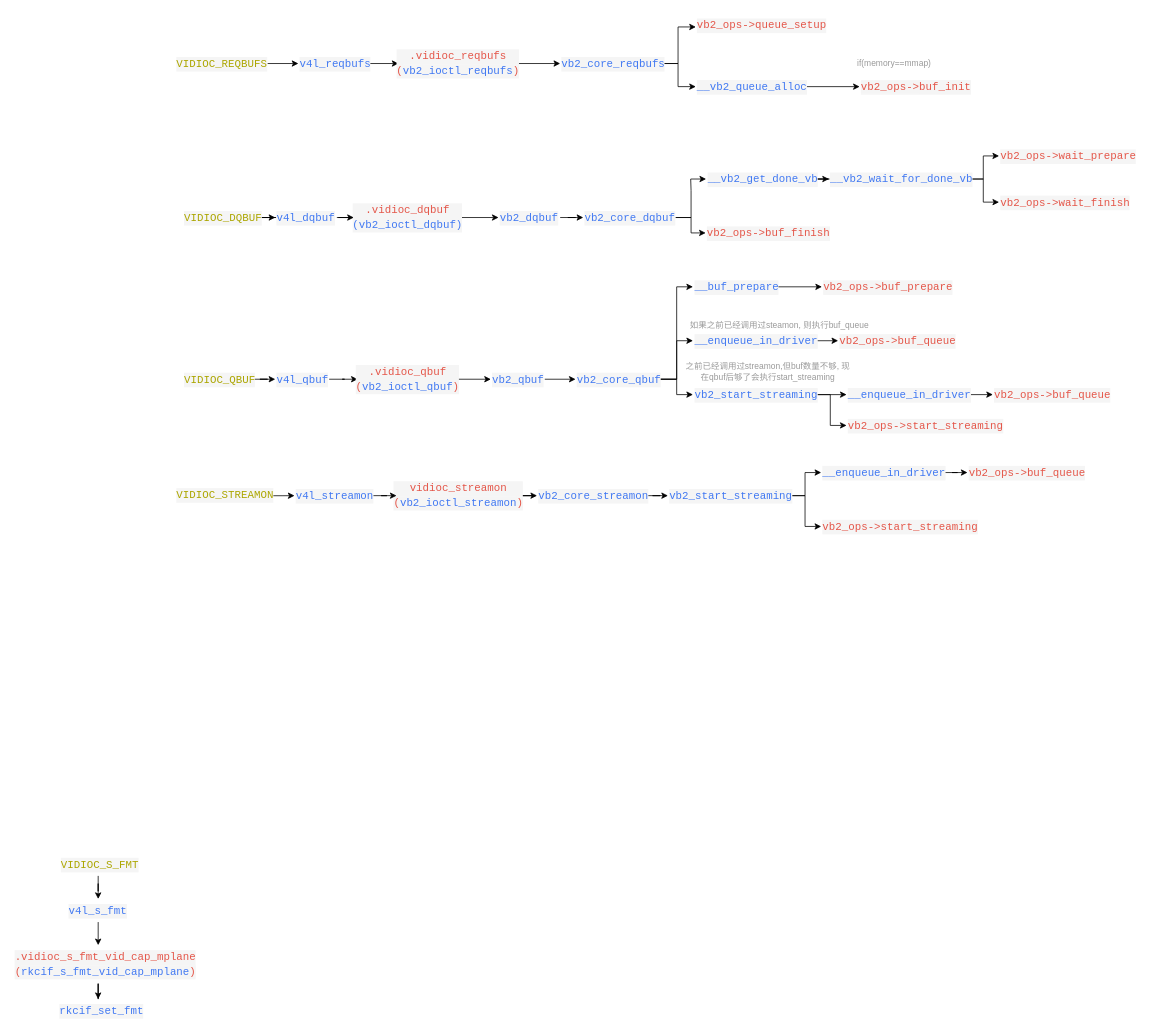
This is vb2_buffer.drawio from YC-Xiang/draw.io, a draw.io file, before an edit. Source tidied: cells renumbered, new cells numbered last; positions are measured from the earlier drawing's top-left corner, leaving out a move shared by most shapes. Both pictures are drawn from the tidied source at 77%, with x=0, y=0 at pixel (13, 13).
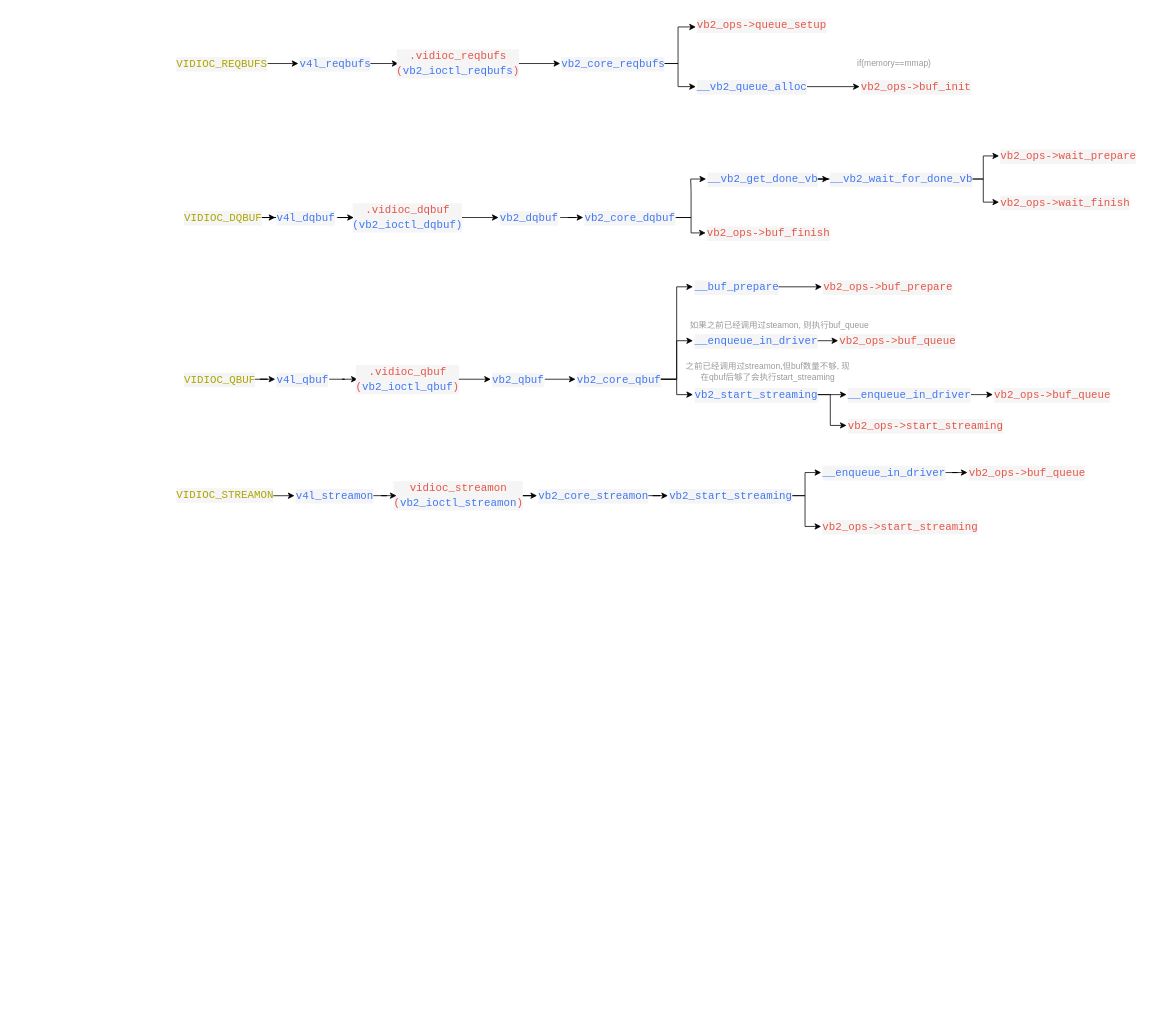
The same diagram, later.

The edit, as a diff of the source:
```diff
@@
-    <mxCell id="72" style="edgeStyle=orthogonalEdgeStyle;rounded=0;jettySize=auto;html=1;" parent="1" edge="1" source="73" target="75">
-      <mxGeometry relative="1" as="geometry" />
-    </mxCell>
-    <mxCell id="73" value="&lt;div style=&quot;color: #383a42;background-color: #f5f5f5;font-family: Consolas, 'Courier New', monospace;font-weight: normal;font-size: 14px;line-height: 19px;white-space: pre;&quot;&gt;&lt;div&gt;&lt;span style=&quot;color: #aca600;&quot;&gt;VIDIOC_S_FMT&lt;/span&gt;&lt;/div&gt;&lt;/div&gt;" style="text;whiteSpace=wrap;html=1;" parent="1" vertex="1">
-      <mxGeometry x="60" y="1090" width="100" height="30" as="geometry" />
-    </mxCell>
-    <mxCell id="74" style="edgeStyle=orthogonalEdgeStyle;rounded=0;jettySize=auto;html=1;exitX=0.5;exitY=1;exitDx=0;exitDy=0;entryX=0.5;entryY=0;entryDx=0;entryDy=0;" parent="1" edge="1" source="75" target="77">
-      <mxGeometry relative="1" as="geometry" />
-    </mxCell>
-    <mxCell id="75" value="&lt;div style=&quot;color: #383a42;background-color: #f5f5f5;font-family: Consolas, 'Courier New', monospace;font-weight: normal;font-size: 14px;line-height: 19px;white-space: pre;&quot;&gt;&lt;div&gt;&lt;span style=&quot;color: #4078f2;&quot;&gt;v4l_s_fmt&lt;/span&gt;&lt;/div&gt;&lt;/div&gt;" style="text;whiteSpace=wrap;html=1;" parent="1" vertex="1">
-      <mxGeometry x="70" y="1150" width="80" height="30" as="geometry" />
-    </mxCell>
-    <mxCell id="76" style="edgeStyle=orthogonalEdgeStyle;rounded=0;jettySize=auto;html=1;" parent="1" edge="1" source="77" target="78">
-      <mxGeometry relative="1" as="geometry" />
-    </mxCell>
-    <mxCell id="77" value="&lt;div style=&quot;color: rgb(56, 58, 66); background-color: rgb(245, 245, 245); font-family: Consolas, &amp;quot;Courier New&amp;quot;, monospace; font-weight: normal; font-size: 14px; line-height: 19px; white-space: pre;&quot;&gt;&lt;div&gt;&lt;span style=&quot;color: rgb(228, 86, 73);&quot;&gt;.vidioc_s_fmt_vid_cap_mplane&lt;/span&gt;&lt;/div&gt;&lt;div&gt;&lt;span style=&quot;color: rgb(228, 86, 73);&quot;&gt;(&lt;/span&gt;&lt;span style=&quot;color: rgb(64, 120, 242); background-color: light-dark(rgb(245, 245, 245), rgb(26, 26, 26));&quot;&gt;rkcif_s_fmt_vid_cap_mplane&lt;/span&gt;&lt;span style=&quot;color: light-dark(rgb(228, 86, 73), rgb(235, 113, 102)); background-color: light-dark(rgb(245, 245, 245), rgb(26, 26, 26));&quot;&gt;)&lt;/span&gt;&lt;/div&gt;&lt;/div&gt;" style="text;whiteSpace=wrap;html=1;" parent="1" vertex="1">
-      <mxGeometry y="1210" width="220" height="50" as="geometry" />
-    </mxCell>
-    <mxCell id="78" value="&lt;div style=&quot;color: #383a42;background-color: #f5f5f5;font-family: Consolas, 'Courier New', monospace;font-weight: normal;font-size: 14px;line-height: 19px;white-space: pre;&quot;&gt;&lt;div&gt;&lt;span style=&quot;color: #4078f2;&quot;&gt;rkcif_set_fmt&lt;/span&gt;&lt;/div&gt;&lt;/div&gt;" style="text;whiteSpace=wrap;html=1;" parent="1" vertex="1">
-      <mxGeometry x="57.5" y="1280" width="105" height="30" as="geometry" />
-    </mxCell>
```
